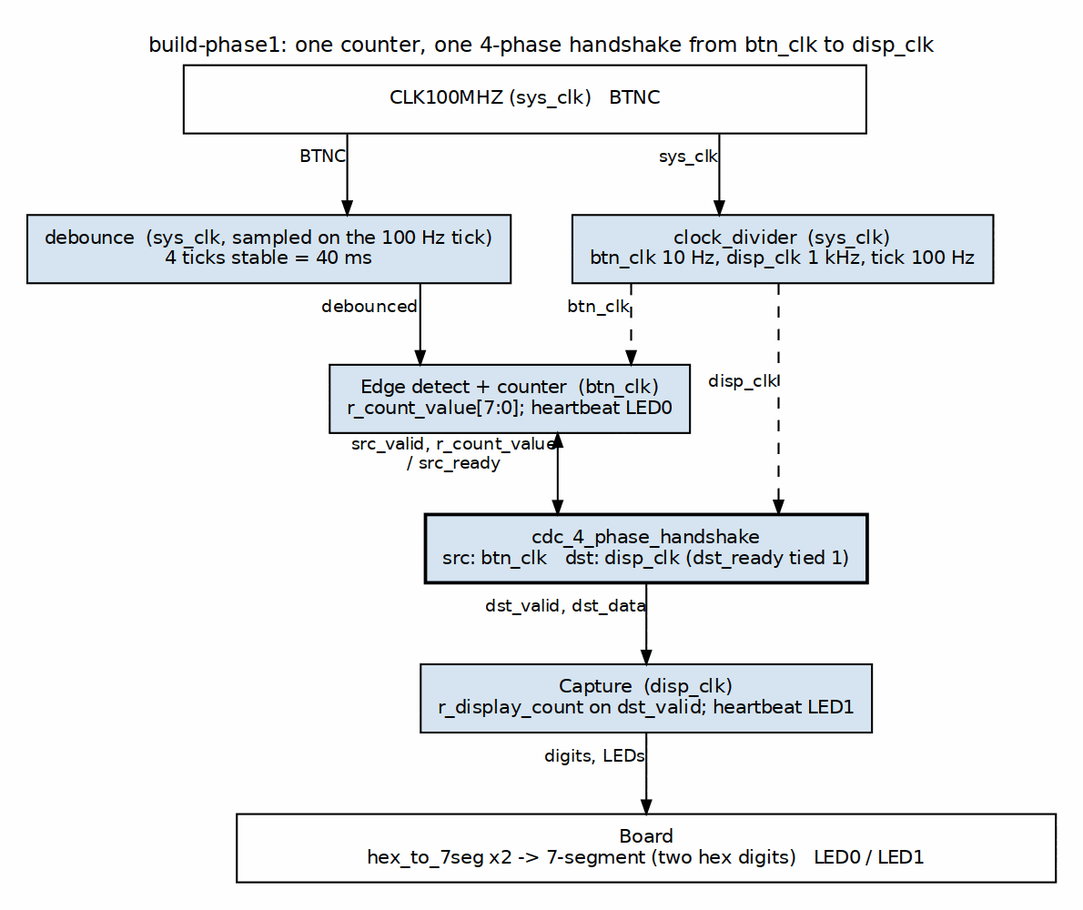
This is projects/fpga-systems/NexysA7/misc-ip/cdc_counter_display/docs/assets/graphviz/cdc_phase1_blocks.png from sean-galloway/RTLDesignSherpa, a Graphviz export, as it was before one commit. Its source is kept beside it as projects/fpga-systems/NexysA7/misc-ip/cdc_counter_display/docs/assets/graphviz/cdc_phase1_blocks.dot. The source it was exported from:
```dot
digraph cdc_phase1_blocks {
    graph [rankdir=TB, bgcolor="white", fontname="Helvetica", fontsize=11, nodesep="0.45", ranksep="0.6", splines=ortho, newrank=true, labelloc=t, labeljust=c, pad="0.2", label="build-phase1: one counter, one 4-phase handshake from btn_clk to disp_clk"];
    node  [fontname="Helvetica", fontsize=10, shape=box, style=filled, fillcolor="#D6E4F0", color="black", margin="0.12,0.06"];
    edge  [fontname="Helvetica", fontsize=9, color="black", arrowsize=0.7];
    pins [label="CLK100MHZ (sys_clk)   BTNC", fillcolor="white", width=5];
    div  [label="clock_divider  (sys_clk)\nbtn_clk 10 Hz, disp_clk 1 kHz, tick 100 Hz"];
    deb  [label="debounce  (sys_clk, sampled on the 100 Hz tick)\n4 ticks stable = 40 ms"];
    cnt  [label="Edge detect + counter  (btn_clk)\nr_count_value[7:0]; heartbeat LED0"];
    hs   [label="cdc_4_phase_handshake\nsrc: btn_clk   dst: disp_clk (dst_ready tied 1)", penwidth=1.8];
    cap  [label="Capture  (disp_clk)\nr_display_count on dst_valid; heartbeat LED1"];
    bar  [label="Board\nhex_to_7seg x2 -> 7-segment (two hex digits)   LED0 / LED1", fillcolor="white", width=6];
    pins -> div  [xlabel="sys_clk"];
    pins -> deb  [xlabel="BTNC"];
    div  -> cnt  [style=dashed, xlabel="btn_clk"];
    deb  -> cnt  [xlabel="debounced"];
    cnt  -> hs   [xlabel="src_valid, r_count_value\n/ src_ready", dir=both];
    div  -> hs   [style=dashed, xlabel="disp_clk"];
    hs   -> cap  [xlabel="dst_valid, dst_data"];
    cap  -> bar  [xlabel="digits, LEDs"];
    { rank=same; div; deb; }
}
```
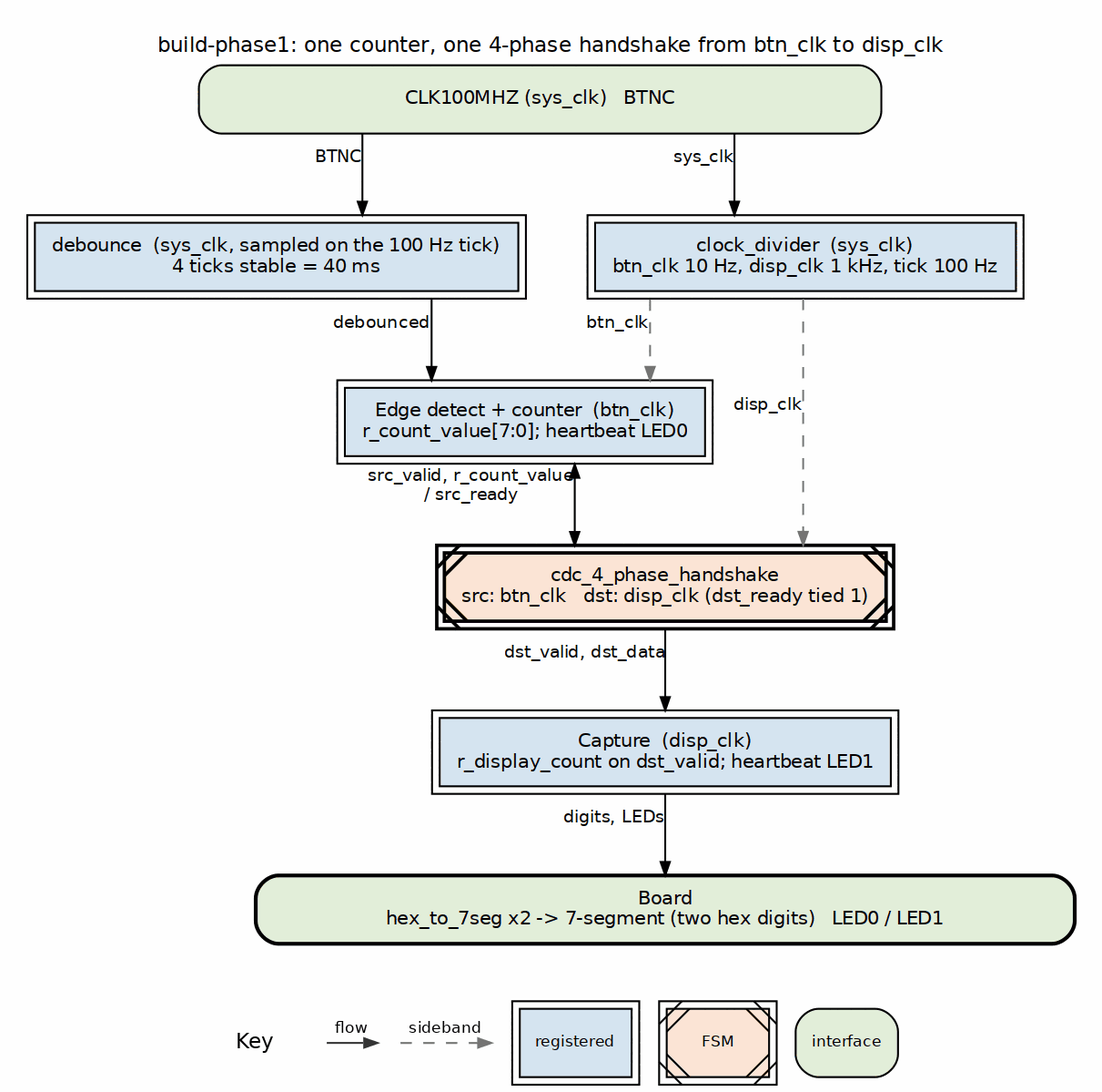
Above is the later version.

The edit, as a diff of the source:
```diff
@@ -1,20 +1,20 @@
 digraph cdc_phase1_blocks {
     graph [rankdir=TB, bgcolor="white", fontname="Helvetica", fontsize=11, nodesep="0.45", ranksep="0.6", splines=ortho, newrank=true, labelloc=t, labeljust=c, pad="0.2", label="build-phase1: one counter, one 4-phase handshake from btn_clk to disp_clk"];
-    node  [fontname="Helvetica", fontsize=10, shape=box, style=filled, fillcolor="#D6E4F0", color="black", margin="0.12,0.06"];
+    node  [fontname="Helvetica", fontsize=10, shape=box, style=filled, fillcolor="white", color="black", margin="0.12,0.06"];
     edge  [fontname="Helvetica", fontsize=9, color="black", arrowsize=0.7];
-    pins [label="CLK100MHZ (sys_clk)   BTNC", fillcolor="white", width=5];
-    div  [label="clock_divider  (sys_clk)\nbtn_clk 10 Hz, disp_clk 1 kHz, tick 100 Hz"];
-    deb  [label="debounce  (sys_clk, sampled on the 100 Hz tick)\n4 ticks stable = 40 ms"];
-    cnt  [label="Edge detect + counter  (btn_clk)\nr_count_value[7:0]; heartbeat LED0"];
-    hs   [label="cdc_4_phase_handshake\nsrc: btn_clk   dst: disp_clk (dst_ready tied 1)", penwidth=1.8];
-    cap  [label="Capture  (disp_clk)\nr_display_count on dst_valid; heartbeat LED1"];
-    bar  [label="Board\nhex_to_7seg x2 -> 7-segment (two hex digits)   LED0 / LED1", fillcolor="white", width=6];
+    pins [label="CLK100MHZ (sys_clk)   BTNC", fillcolor="white", width=5, style="rounded,filled", fillcolor="#E2EFDA"];
+    div  [label="clock_divider  (sys_clk)\nbtn_clk 10 Hz, disp_clk 1 kHz, tick 100 Hz", peripheries=2, style="filled", fillcolor="#D6E4F0"];
+    deb  [label="debounce  (sys_clk, sampled on the 100 Hz tick)\n4 ticks stable = 40 ms", peripheries=2, style="filled", fillcolor="#D6E4F0"];
+    cnt  [label="Edge detect + counter  (btn_clk)\nr_count_value[7:0]; heartbeat LED0", peripheries=2, style="filled", fillcolor="#D6E4F0"];
+    hs   [label="cdc_4_phase_handshake\nsrc: btn_clk   dst: disp_clk (dst_ready tied 1)", penwidth=1.8, peripheries=2, style="filled,diagonals", fillcolor="#FCE4D6"];
+    cap  [label="Capture  (disp_clk)\nr_display_count on dst_valid; heartbeat LED1", peripheries=2, style="filled", fillcolor="#D6E4F0"];
+    bar  [label="Board\nhex_to_7seg x2 -> 7-segment (two hex digits)   LED0 / LED1", fillcolor="white", width=6, style="rounded,filled,bold", fillcolor="#E2EFDA"];
     pins -> div  [xlabel="sys_clk"];
     pins -> deb  [xlabel="BTNC"];
-    div  -> cnt  [style=dashed, xlabel="btn_clk"];
+    div  -> cnt  [style=dashed, color="#777777", xlabel="btn_clk"];
     deb  -> cnt  [xlabel="debounced"];
     cnt  -> hs   [xlabel="src_valid, r_count_value\n/ src_ready", dir=both];
-    div  -> hs   [style=dashed, xlabel="disp_clk"];
+    div  -> hs   [style=dashed, color="#777777", xlabel="disp_clk"];
     hs   -> cap  [xlabel="dst_valid, dst_data"];
     cap  -> bar  [xlabel="digits, LEDs"];
     { rank=same; div; deb; }
```
